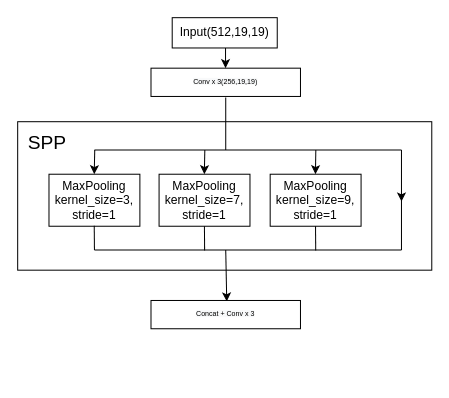
Before: SPP.drawio in zjie134/blog_pic, a draw.io diagram. Source tidied: cells renumbered, new cells numbered last; positions are measured from the earlier drawing's top-left corner, leaving out a move shared by most shapes. Both pictures are drawn from the tidied source at 101%, with x=0, y=0 at pixel (17, 17).
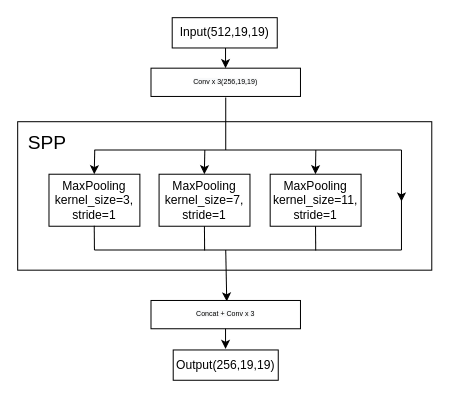
After the change.

Change to the diagram source:
```diff
@@
-    <mxCell id="14" value="&lt;font style=&quot;font-size: 12px&quot;&gt;MaxPooling&lt;br&gt;kernel_size=9,&lt;br&gt;stride=1&lt;/font&gt;" style="rounded=0;whiteSpace=wrap;html=1;" parent="1" vertex="1">
+    <mxCell id="14" value="&lt;font style=&quot;font-size: 12px&quot;&gt;MaxPooling&lt;br&gt;kernel_size=11,&lt;br&gt;stride=1&lt;/font&gt;" style="rounded=0;whiteSpace=wrap;html=1;" parent="1" vertex="1">
       <mxGeometry x="250" y="155" width="90" height="51.5" as="geometry" />
     </mxCell>
@@
+    <mxCell id="23" value="Output(256,19,19)" style="rounded=0;whiteSpace=wrap;html=1;" parent="1" vertex="1">
+      <mxGeometry x="154" y="329" width="104" height="30" as="geometry" />
+    </mxCell>
+    <mxCell id="24" style="endArrow=classic;html=1;" parent="1" edge="1">
+      <mxGeometry relative="1" as="geometry">
+        <mxPoint x="205.8" y="308" as="sourcePoint" />
+        <mxPoint x="205.8" y="328" as="targetPoint" />
+      </mxGeometry>
+    </mxCell>
```
